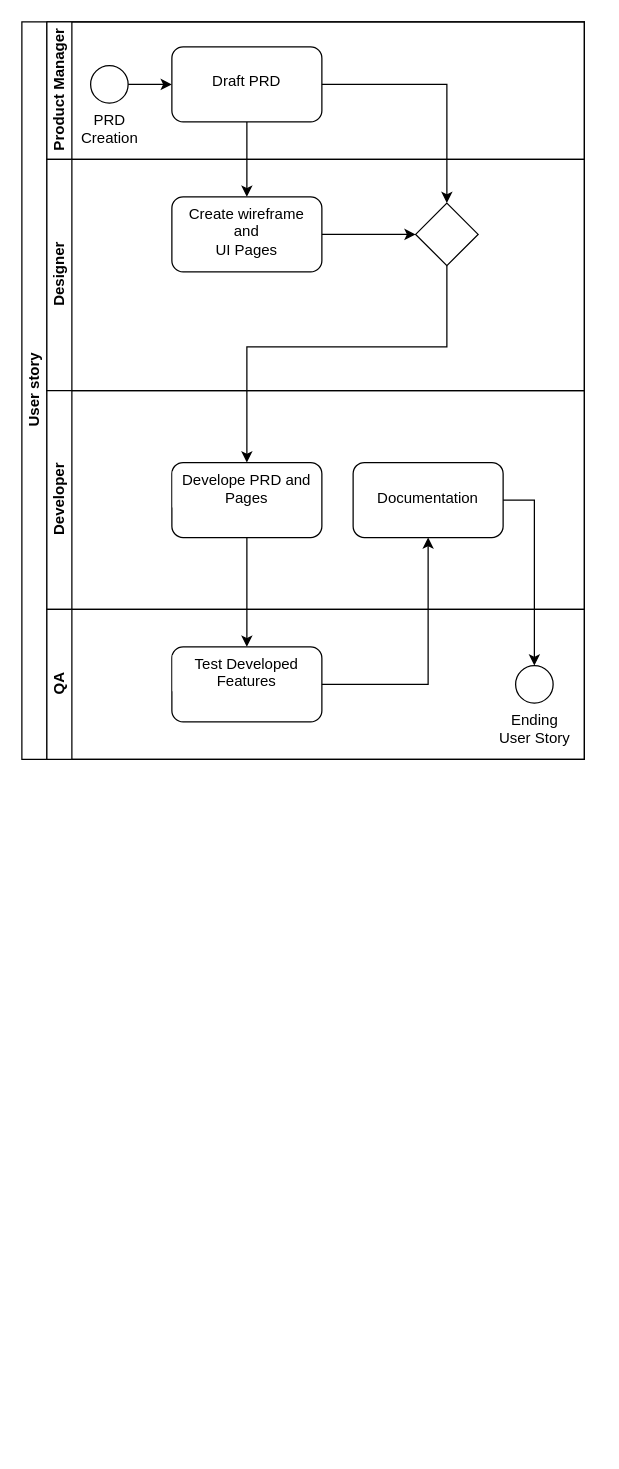
Earlier version of the draw.io diagram page "Page-1" (1 of 2) of Untitled Diagram.drawio (Elprofessore00/business-process-management). Source tidied: cells renumbered, new cells numbered last; positions are measured from the earlier drawing's top-left corner, leaving out a move shared by most shapes. Both pictures are drawn from the tidied source at 125%, with x=0, y=0 at pixel (21, 21).
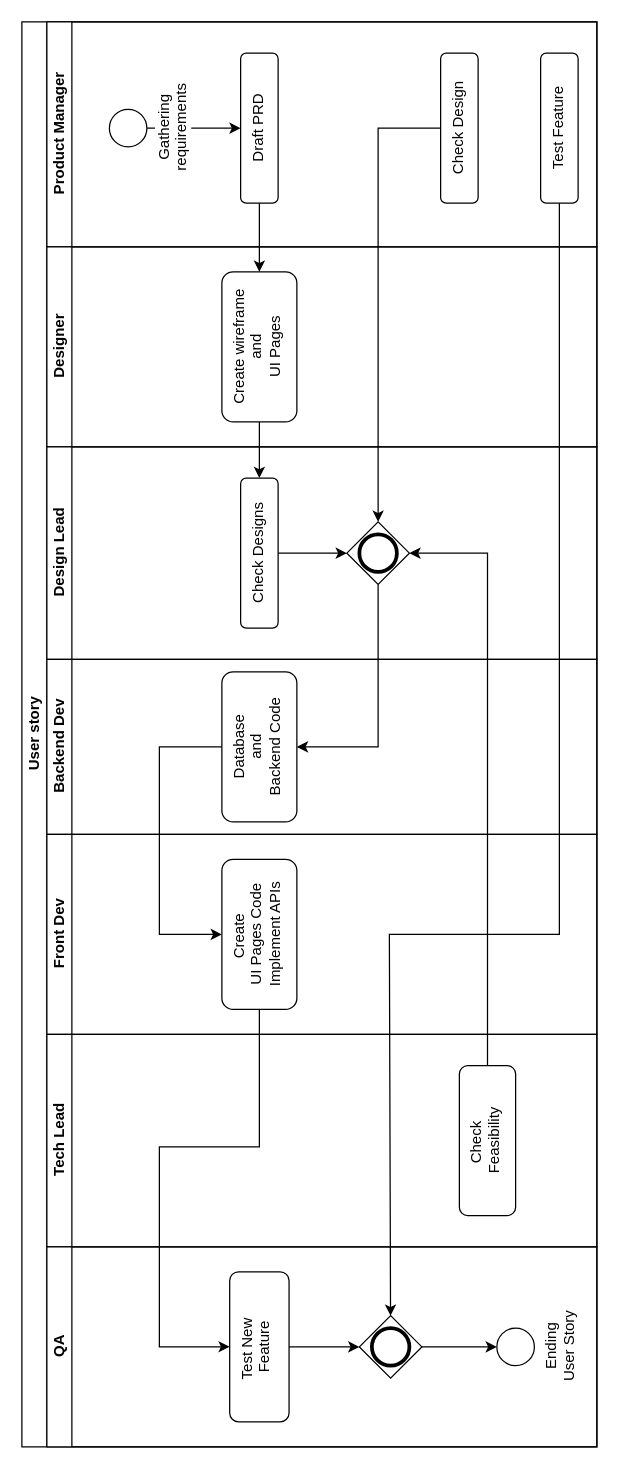
Above is the later version.

Change to the diagram source:
```diff
@@
     <mxCell id="2" value="User story" style="swimlane;html=1;horizontal=0;startSize=20;" parent="1" vertex="1">
-      <mxGeometry width="450" height="590" as="geometry" />
+      <mxGeometry width="460" height="1140" as="geometry" />
     </mxCell>
     <mxCell id="3" value="Product Manager" style="swimlane;html=1;startSize=20;horizontal=0;fontSize=12;" parent="2" vertex="1">
-      <mxGeometry x="20" width="430" height="110" as="geometry" />
+      <mxGeometry x="20" width="440" height="180" as="geometry" />
     </mxCell>
-    <mxCell id="4" style="edgeStyle=orthogonalEdgeStyle;rounded=0;jettySize=auto;html=1;" parent="3" edge="1" source="5" target="6">
+    <mxCell id="4" style="edgeStyle=orthogonalEdgeStyle;rounded=0;jettySize=auto;html=1;exitX=0.5;exitY=1;exitDx=0;exitDy=0;exitPerimeter=0;" parent="3" edge="1" source="5" target="6">
       <mxGeometry relative="1" as="geometry" />
     </mxCell>
-    <mxCell id="5" value="PRD&lt;br&gt;Creation" style="points=[[0.145,0.145,0],[0.5,0,0],[0.855,0.145,0],[1,0.5,0],[0.855,0.855,0],[0.5,1,0],[0.145,0.855,0],[0,0.5,0]];shape=mxgraph.bpmn.event;html=1;verticalLabelPosition=bottom;labelBackgroundColor=#ffffff;verticalAlign=top;align=center;perimeter=ellipsePerimeter;outlineConnect=0;outline=standard;symbol=general;" parent="3" vertex="1">
-      <mxGeometry x="35" y="35" width="30" height="30" as="geometry" />
+    <mxCell id="5" value="Gathering&lt;div&gt;requirements&lt;/div&gt;" style="points=[[0.145,0.145,0],[0.5,0,0],[0.855,0.145,0],[1,0.5,0],[0.855,0.855,0],[0.5,1,0],[0.145,0.855,0],[0,0.5,0]];shape=mxgraph.bpmn.event;html=1;verticalLabelPosition=bottom;labelBackgroundColor=#ffffff;verticalAlign=top;align=center;perimeter=ellipsePerimeter;outlineConnect=0;outline=standard;symbol=general;direction=east;rotation=270;" parent="3" vertex="1">
+      <mxGeometry x="50" y="70" width="30" height="30" as="geometry" />
     </mxCell>
-    <mxCell id="6" value="&lt;br&gt;Draft PRD" style="rounded=1;whiteSpace=wrap;html=1;verticalAlign=top;labelBackgroundColor=#ffffff;fillStyle=solid;" parent="3" vertex="1">
-      <mxGeometry x="100" y="20" width="120" height="60" as="geometry" />
+    <mxCell id="6" value="Draft PRD" style="rounded=1;whiteSpace=wrap;html=1;verticalAlign=top;labelBackgroundColor=#ffffff;fillStyle=solid;direction=east;rotation=270;" parent="3" vertex="1">
+      <mxGeometry x="110" y="70" width="120" height="30" as="geometry" />
     </mxCell>
+    <mxCell id="23" value="Test Feature" style="rounded=1;whiteSpace=wrap;html=1;verticalAlign=top;labelBackgroundColor=#ffffff;fillStyle=solid;direction=east;rotation=270;" parent="3" vertex="1">
+      <mxGeometry x="350" y="70" width="120" height="30" as="geometry" />
+    </mxCell>
+    <mxCell id="24" value="Check Design" style="rounded=1;whiteSpace=wrap;html=1;verticalAlign=top;labelBackgroundColor=#ffffff;fillStyle=solid;direction=east;rotation=270;" parent="3" vertex="1">
+      <mxGeometry x="270" y="70" width="120" height="30" as="geometry" />
+    </mxCell>
     <mxCell id="7" value="Designer" style="swimlane;html=1;startSize=20;horizontal=0;" parent="2" vertex="1">
-      <mxGeometry x="20" y="110" width="430" height="185" as="geometry" />
+      <mxGeometry x="20" y="180" width="440" height="160" as="geometry" />
     </mxCell>
-    <mxCell id="8" style="edgeStyle=orthogonalEdgeStyle;rounded=0;jettySize=auto;html=1;" parent="7" edge="1" source="9" target="10">
-      <mxGeometry relative="1" as="geometry" />
-    </mxCell>
-    <mxCell id="9" value="Create wireframe&lt;br&gt;and&lt;br&gt;UI Pages" style="whiteSpace=wrap;html=1;verticalAlign=top;rounded=1;labelBackgroundColor=#ffffff;" parent="7" vertex="1">
-      <mxGeometry x="100" y="30" width="120" height="60" as="geometry" />
+    <mxCell id="9" value="Create wireframe&lt;br&gt;and&lt;br&gt;UI Pages" style="whiteSpace=wrap;html=1;verticalAlign=top;rounded=1;labelBackgroundColor=#ffffff;direction=east;rotation=270;" parent="7" vertex="1">
+      <mxGeometry x="110" y="50" width="120" height="60" as="geometry" />
     </mxCell>
+    <mxCell id="11" value="Design Lead" style="swimlane;html=1;startSize=20;horizontal=0;" parent="2" vertex="1">
+      <mxGeometry x="20" y="340" width="440" height="170" as="geometry" />
+    </mxCell>
+    <mxCell id="25" style="edgeStyle=orthogonalEdgeStyle;rounded=0;jettySize=auto;html=1;exitX=0.5;exitY=1;exitDx=0;exitDy=0;" parent="11" edge="1" source="12" target="10">
+      <mxGeometry relative="1" as="geometry" />
+    </mxCell>
+    <mxCell id="12" value="Check Designs" style="rounded=1;whiteSpace=wrap;html=1;verticalAlign=top;labelBackgroundColor=#ffffff;direction=east;rotation=270;" parent="11" vertex="1">
+      <mxGeometry x="110" y="70" width="120" height="30" as="geometry" />
+    </mxCell>
-    <mxCell id="10" style="points=[[0.25,0.25,0],[0.5,0,0],[0.75,0.25,0],[1,0.5,0],[0.75,0.75,0],[0.5,1,0],[0.25,0.75,0],[0,0.5,0]];shape=mxgraph.bpmn.gateway2;html=1;verticalLabelPosition=bottom;labelBackgroundColor=#ffffff;verticalAlign=top;align=center;perimeter=rhombusPerimeter;outlineConnect=0;outline=none;symbol=none;" parent="7" vertex="1">
-      <mxGeometry x="295" y="35" width="50" height="50" as="geometry" />
+    <mxCell id="10" style="shape=mxgraph.bpmn.gateway2;html=1;verticalLabelPosition=bottom;labelBackgroundColor=#ffffff;verticalAlign=top;align=center;outlineConnect=0;outline=end;symbol=general;points=[[0.25,0.25,0],[0.5,0,0],[0.75,0.25,0],[1,0.5,0],[0.75,0.75,0],[0.5,1,0],[0.25,0.75,0],[0,0.5,0]];perimeter=rhombusPerimeter;direction=east;rotation=270;" parent="11" vertex="1">
+      <mxGeometry x="240" y="60" width="50" height="50" as="geometry" />
     </mxCell>
-    <mxCell id="11" value="Developer" style="swimlane;html=1;startSize=20;horizontal=0;" parent="2" vertex="1">
-      <mxGeometry x="20" y="295" width="430" height="175" as="geometry" />
-    </mxCell>
-    <mxCell id="12" value="Develope PRD and Pages" style="rounded=1;whiteSpace=wrap;html=1;verticalAlign=top;labelBackgroundColor=#ffffff;" parent="11" vertex="1">
-      <mxGeometry x="100" y="57.5" width="120" height="60" as="geometry" />
-    </mxCell>
-    <mxCell id="13" value="&lt;br&gt;Documentation" style="rounded=1;whiteSpace=wrap;html=1;verticalAlign=top;labelBackgroundColor=#ffffff;" parent="11" vertex="1">
-      <mxGeometry x="245" y="57.5" width="120" height="60" as="geometry" />
-    </mxCell>
-    <mxCell id="14" value="QA" style="swimlane;html=1;startSize=20;horizontal=0;" parent="2" vertex="1">
-      <mxGeometry x="20" y="470" width="430" height="120" as="geometry" />
+    <mxCell id="14" value="Backend Dev" style="swimlane;html=1;startSize=20;horizontal=0;" parent="2" vertex="1">
+      <mxGeometry x="20" y="510" width="440" height="140" as="geometry" />
     </mxCell>
-    <mxCell id="15" value="Test Developed Features" style="rounded=1;whiteSpace=wrap;html=1;verticalAlign=top;labelBackgroundColor=#ffffff;" parent="14" vertex="1">
-      <mxGeometry x="100" y="30" width="120" height="60" as="geometry" />
+    <mxCell id="15" value="Database&lt;div&gt;and&lt;/div&gt;&lt;div&gt;Backend Code&lt;/div&gt;" style="rounded=1;whiteSpace=wrap;html=1;verticalAlign=top;labelBackgroundColor=#ffffff;direction=east;rotation=270;" parent="14" vertex="1">
+      <mxGeometry x="110" y="40" width="120" height="60" as="geometry" />
     </mxCell>
+    <mxCell id="26" value="Front Dev" style="swimlane;html=1;startSize=20;horizontal=0;" parent="2" vertex="1">
+      <mxGeometry x="20" y="650" width="440" height="160" as="geometry" />
+    </mxCell>
+    <mxCell id="13" value="Create&amp;nbsp;&lt;div&gt;UI Pages&amp;nbsp;&lt;span style=&quot;background-color: light-dark(rgb(255, 255, 255), rgb(18, 18, 18)); color: light-dark(rgb(0, 0, 0), rgb(255, 255, 255));&quot;&gt;Code&lt;br&gt;Implement APIs&lt;/span&gt;&lt;/div&gt;" style="rounded=1;whiteSpace=wrap;html=1;verticalAlign=top;labelBackgroundColor=#ffffff;direction=east;rotation=270;" parent="26" vertex="1">
+      <mxGeometry x="110" y="50" width="120" height="60" as="geometry" />
+    </mxCell>
+    <mxCell id="17" style="edgeStyle=orthogonalEdgeStyle;rounded=0;jettySize=auto;html=1;exitX=0;exitY=0.5;exitDx=0;exitDy=0;entryX=1;entryY=0.5;entryDx=0;entryDy=0;" parent="2" edge="1" source="6" target="9">
+      <mxGeometry relative="1" as="geometry" />
+    </mxCell>
+    <mxCell id="27" style="edgeStyle=orthogonalEdgeStyle;rounded=0;jettySize=auto;html=1;entryX=1;entryY=0.5;entryDx=0;entryDy=0;" parent="2" edge="1" source="9" target="12">
+      <mxGeometry relative="1" as="geometry" />
+    </mxCell>
+    <mxCell id="28" style="edgeStyle=orthogonalEdgeStyle;rounded=0;jettySize=auto;html=1;exitX=0;exitY=0.5;exitDx=0;exitDy=0;exitPerimeter=0;entryX=0.5;entryY=1;entryDx=0;entryDy=0;" parent="2" edge="1" source="10" target="15">
+      <mxGeometry relative="1" as="geometry" />
+    </mxCell>
+    <mxCell id="21" style="edgeStyle=orthogonalEdgeStyle;rounded=0;jettySize=auto;html=1;exitX=0.5;exitY=0;exitDx=0;exitDy=0;entryX=0.5;entryY=0;entryDx=0;entryDy=0;" parent="2" edge="1" source="15" target="13">
+      <mxGeometry relative="1" as="geometry">
+        <Array as="points">
+          <mxPoint x="110" y="580" />
+          <mxPoint x="110" y="730" />
+        </Array>
+      </mxGeometry>
+    </mxCell>
+    <mxCell id="29" value="Tech Lead" style="swimlane;html=1;startSize=20;horizontal=0;" parent="2" vertex="1">
+      <mxGeometry x="20" y="810" width="440" height="170" as="geometry" />
+    </mxCell>
+    <mxCell id="30" value="Check&amp;nbsp;&lt;div&gt;Feasibility&lt;/div&gt;" style="rounded=1;whiteSpace=wrap;html=1;verticalAlign=top;labelBackgroundColor=#ffffff;direction=east;rotation=270;" parent="29" vertex="1">
+      <mxGeometry x="292.5" y="62.5" width="120" height="45" as="geometry" />
+    </mxCell>
+    <mxCell id="31" style="edgeStyle=orthogonalEdgeStyle;rounded=0;jettySize=auto;html=1;exitX=0;exitY=0.5;exitDx=0;exitDy=0;" parent="2" edge="1" source="23" target="34">
+      <mxGeometry relative="1" as="geometry">
+        <Array as="points">
+          <mxPoint x="430" y="145" />
+          <mxPoint x="430" y="730" />
+          <mxPoint x="294" y="730" />
+        </Array>
+      </mxGeometry>
+    </mxCell>
+    <mxCell id="32" value="QA" style="swimlane;html=1;startSize=20;horizontal=0;" parent="2" vertex="1">
+      <mxGeometry x="20" y="980" width="440" height="160" as="geometry" />
+    </mxCell>
+    <mxCell id="33" value="Test New&amp;nbsp;&lt;div&gt;Feature&lt;/div&gt;" style="rounded=1;whiteSpace=wrap;html=1;verticalAlign=top;labelBackgroundColor=#ffffff;direction=east;rotation=270;" parent="32" vertex="1">
+      <mxGeometry x="110" y="56.2" width="120" height="47.5" as="geometry" />
+    </mxCell>
+    <mxCell id="34" style="shape=mxgraph.bpmn.gateway2;html=1;verticalLabelPosition=bottom;labelBackgroundColor=#ffffff;verticalAlign=top;align=center;outlineConnect=0;outline=end;symbol=general;points=[[0.25,0.25,0],[0.5,0,0],[0.75,0.25,0],[1,0.5,0],[0.75,0.75,0],[0.5,1,0],[0.25,0.75,0],[0,0.5,0]];perimeter=rhombusPerimeter;direction=east;rotation=270;" parent="32" vertex="1">
+      <mxGeometry x="250" y="55" width="50" height="50" as="geometry" />
+    </mxCell>
+    <mxCell id="35" style="edgeStyle=orthogonalEdgeStyle;rounded=0;jettySize=auto;html=1;exitX=0.5;exitY=1;exitDx=0;exitDy=0;entryX=0.5;entryY=0;entryDx=0;entryDy=0;entryPerimeter=0;" parent="32" edge="1" source="33" target="34">
+      <mxGeometry relative="1" as="geometry" />
+    </mxCell>
-    <mxCell id="16" value="Ending&lt;br&gt;User Story" style="points=[[0.145,0.145,0],[0.5,0,0],[0.855,0.145,0],[1,0.5,0],[0.855,0.855,0],[0.5,1,0],[0.145,0.855,0],[0,0.5,0]];shape=mxgraph.bpmn.event;html=1;verticalLabelPosition=bottom;labelBackgroundColor=#ffffff;verticalAlign=top;align=center;perimeter=ellipsePerimeter;outlineConnect=0;outline=standard;symbol=general;" parent="14" vertex="1">
-      <mxGeometry x="375" y="45" width="30" height="30" as="geometry" />
+    <mxCell id="16" value="Ending&lt;br&gt;User Story" style="points=[[0.145,0.145,0],[0.5,0,0],[0.855,0.145,0],[1,0.5,0],[0.855,0.855,0],[0.5,1,0],[0.145,0.855,0],[0,0.5,0]];shape=mxgraph.bpmn.event;html=1;verticalLabelPosition=bottom;labelBackgroundColor=#ffffff;verticalAlign=top;align=center;perimeter=ellipsePerimeter;outlineConnect=0;outline=standard;symbol=general;direction=east;rotation=270;" parent="32" vertex="1">
+      <mxGeometry x="360" y="65" width="30" height="30" as="geometry" />
     </mxCell>
-    <mxCell id="17" style="edgeStyle=orthogonalEdgeStyle;rounded=0;jettySize=auto;html=1;exitX=0.5;exitY=1;exitDx=0;exitDy=0;" parent="2" edge="1" source="6" target="9">
-      <mxGeometry relative="1" as="geometry" />
-    </mxCell>
-    <mxCell id="18" style="edgeStyle=orthogonalEdgeStyle;rounded=0;jettySize=auto;html=1;exitX=0.5;exitY=1;exitDx=0;exitDy=0;exitPerimeter=0;" parent="2" edge="1" source="10" target="12">
-      <mxGeometry relative="1" as="geometry">
-        <Array as="points">
-          <mxPoint x="340" y="260" />
-          <mxPoint x="180" y="260" />
-        </Array>
-      </mxGeometry>
-    </mxCell>
-    <mxCell id="19" style="edgeStyle=orthogonalEdgeStyle;rounded=0;jettySize=auto;html=1;" parent="2" edge="1" source="12" target="15">
-      <mxGeometry relative="1" as="geometry" />
-    </mxCell>
-    <mxCell id="20" style="edgeStyle=orthogonalEdgeStyle;rounded=0;jettySize=auto;html=1;exitX=1;exitY=0.5;exitDx=0;exitDy=0;entryX=0.5;entryY=0;entryDx=0;entryDy=0;entryPerimeter=0;" parent="2" edge="1" source="6" target="10">
-      <mxGeometry relative="1" as="geometry" />
-    </mxCell>
-    <mxCell id="21" style="edgeStyle=orthogonalEdgeStyle;rounded=0;jettySize=auto;html=1;entryX=0.5;entryY=1;entryDx=0;entryDy=0;" parent="2" edge="1" source="15" target="13">
-      <mxGeometry relative="1" as="geometry" />
-    </mxCell>
-    <mxCell id="22" style="edgeStyle=orthogonalEdgeStyle;rounded=0;jettySize=auto;html=1;entryX=0.5;entryY=0;entryDx=0;entryDy=0;exitX=1;exitY=0.5;exitDx=0;exitDy=0;entryPerimeter=0;" parent="2" edge="1" source="13" target="16">
-      <mxGeometry relative="1" as="geometry" />
-    </mxCell>
+    <mxCell id="36" style="edgeStyle=orthogonalEdgeStyle;rounded=0;jettySize=auto;html=1;" parent="32" edge="1" source="34" target="16">
+      <mxGeometry relative="1" as="geometry" />
+    </mxCell>
+    <mxCell id="37" style="edgeStyle=orthogonalEdgeStyle;rounded=0;jettySize=auto;html=1;entryX=0.5;entryY=0;entryDx=0;entryDy=0;" parent="2" edge="1" source="13" target="33">
+      <mxGeometry relative="1" as="geometry">
+        <Array as="points">
+          <mxPoint x="190" y="900" />
+          <mxPoint x="110" y="900" />
+          <mxPoint x="110" y="1060" />
+        </Array>
+      </mxGeometry>
+    </mxCell>
+    <mxCell id="38" style="edgeStyle=orthogonalEdgeStyle;rounded=0;jettySize=auto;html=1;exitX=1;exitY=0.5;exitDx=0;exitDy=0;entryX=0.5;entryY=1;entryDx=0;entryDy=0;entryPerimeter=0;" parent="2" edge="1" source="30" target="10">
+      <mxGeometry relative="1" as="geometry" />
+    </mxCell>
+    <mxCell id="39" style="edgeStyle=orthogonalEdgeStyle;rounded=0;jettySize=auto;html=1;entryX=1;entryY=0.5;entryDx=0;entryDy=0;entryPerimeter=0;" parent="2" edge="1" source="24" target="10">
+      <mxGeometry relative="1" as="geometry" />
+    </mxCell>
```
